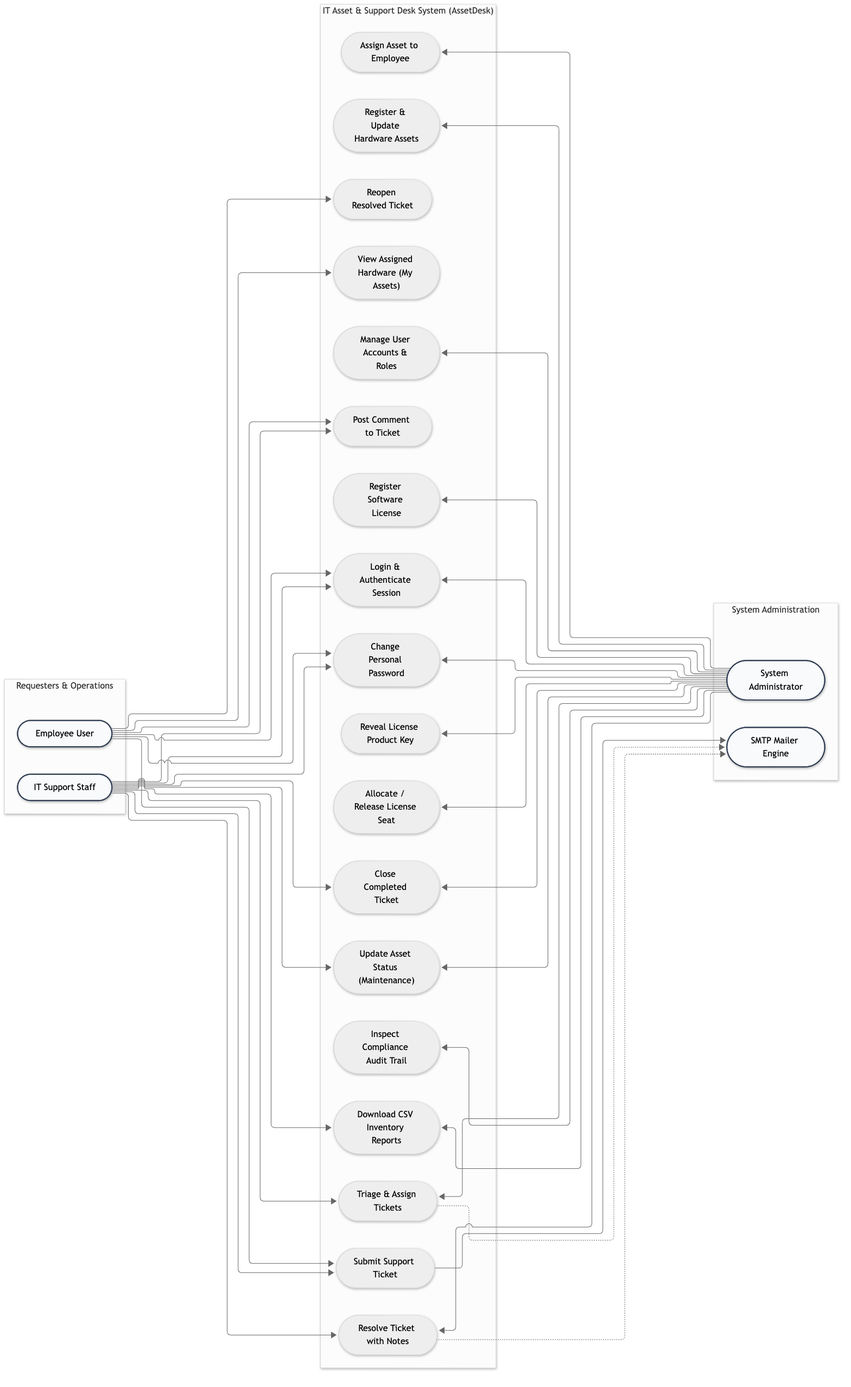
siddharth756/assetdesk-internship-project keeps this Mermaid diagram as docs/assets/diagrams/d06-usecase.png. Above is the earlier version. Its source is kept beside it as docs/assets/diagrams/d06-usecase.mmd. Source of this version:
```mermaid
flowchart LR
    subgraph LeftActors ["Requesters & Operations"]
        Emp(["Employee User"]):::actor
        Support(["IT Support Staff"]):::actor
    end

    subgraph SystemBoundary ["IT Asset & Support Desk System (AssetDesk)"]
        UC01(["Login & Authenticate Session"])
        UC02(["Change Personal Password"])
        UC03(["View Assigned Hardware (My Assets)"])
        UC04(["Submit Support Ticket"])
        UC05(["Post Comment to Ticket"])
        UC06(["Reopen Resolved Ticket"])

        UC07(["Triage & Assign Tickets"])
        UC08(["Resolve Ticket with Notes"])
        UC09(["Close Completed Ticket"])
        UC10(["Update Asset Status (Maintenance)"])
        UC11(["Download CSV Inventory Reports"])

        UC12(["Manage User Accounts & Roles"])
        UC13(["Register & Update Hardware Assets"])
        UC14(["Assign Asset to Employee"])
        UC15(["Register Software License"])
        UC16(["Allocate / Release License Seat"])
        UC17(["Reveal License Product Key"])
        UC18(["Inspect Compliance Audit Trail"])
    end

    subgraph RightActors ["System Administration"]
        Admin(["System Administrator"]):::actor
        SMTP(["SMTP Mailer Engine"]):::actor
    end

    Emp --> UC01
    Emp --> UC02
    Emp --> UC03
    Emp --> UC04
    Emp --> UC05
    Emp --> UC06

    Support --> UC01
    Support --> UC02
    Support --> UC04
    Support --> UC05
    Support --> UC07
    Support --> UC08
    Support --> UC09
    Support --> UC10
    Support --> UC11

    Admin --> UC01
    Admin --> UC02
    Admin --> UC07
    Admin --> UC08
    Admin --> UC09
    Admin --> UC10
    Admin --> UC11
    Admin --> UC12
    Admin --> UC13
    Admin --> UC14
    Admin --> UC15
    Admin --> UC16
    Admin --> UC17
    Admin --> UC18

    UC04 -.-> SMTP
    UC07 -.-> SMTP
    UC08 -.-> SMTP

    classDef actor fill:#f8fafc,stroke:#334155,stroke-width:2px;
```
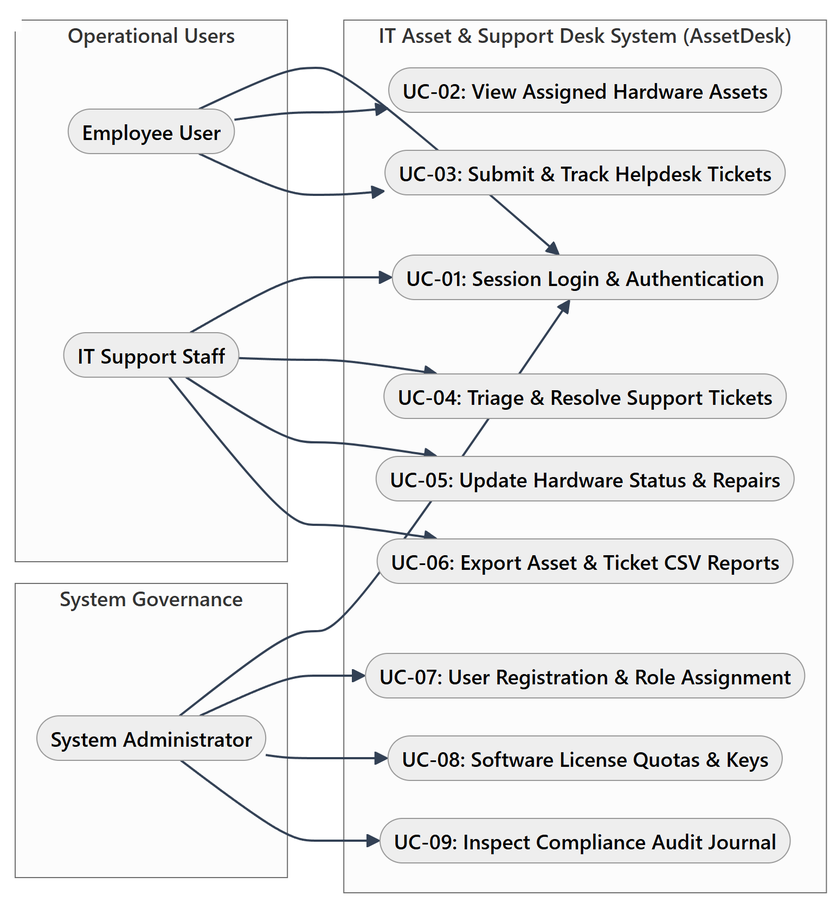
The same file after the commit.

What changed in the source:
```diff
@@ -1,71 +1,38 @@
 flowchart LR
-    subgraph LeftActors ["Requesters & Operations"]
+    subgraph OperationalUsers ["Operational Users"]
+        direction TB
         Emp(["Employee User"]):::actor
         Support(["IT Support Staff"]):::actor
     end
 
     subgraph SystemBoundary ["IT Asset & Support Desk System (AssetDesk)"]
-        UC01(["Login & Authenticate Session"])
-        UC02(["Change Personal Password"])
-        UC03(["View Assigned Hardware (My Assets)"])
-        UC04(["Submit Support Ticket"])
-        UC05(["Post Comment to Ticket"])
-        UC06(["Reopen Resolved Ticket"])
-
-        UC07(["Triage & Assign Tickets"])
-        UC08(["Resolve Ticket with Notes"])
-        UC09(["Close Completed Ticket"])
-        UC10(["Update Asset Status (Maintenance)"])
-        UC11(["Download CSV Inventory Reports"])
-
-        UC12(["Manage User Accounts & Roles"])
-        UC13(["Register & Update Hardware Assets"])
-        UC14(["Assign Asset to Employee"])
-        UC15(["Register Software License"])
-        UC16(["Allocate / Release License Seat"])
-        UC17(["Reveal License Product Key"])
-        UC18(["Inspect Compliance Audit Trail"])
+        direction TB
+        UC1(["UC-01: Session Login & Authentication"])
+        UC2(["UC-02: View Assigned Hardware Assets"])
+        UC3(["UC-03: Submit & Track Helpdesk Tickets"])
+        UC4(["UC-04: Triage & Resolve Support Tickets"])
+        UC5(["UC-05: Update Hardware Status & Repairs"])
+        UC6(["UC-06: Export Asset & Ticket CSV Reports"])
+        UC7(["UC-07: User Registration & Role Assignment"])
+        UC8(["UC-08: Software License Quotas & Keys"])
+        UC9(["UC-09: Inspect Compliance Audit Journal"])
     end
 
-    subgraph RightActors ["System Administration"]
+    subgraph GovernanceUsers ["System Governance"]
+        direction TB
         Admin(["System Administrator"]):::actor
-        SMTP(["SMTP Mailer Engine"]):::actor
     end
 
-    Emp --> UC01
-    Emp --> UC02
-    Emp --> UC03
-    Emp --> UC04
-    Emp --> UC05
-    Emp --> UC06
+    Emp --> UC1
+    Emp --> UC2
+    Emp --> UC3
 
-    Support --> UC01
-    Support --> UC02
-    Support --> UC04
-    Support --> UC05
-    Support --> UC07
-    Support --> UC08
-    Support --> UC09
-    Support --> UC10
-    Support --> UC11
+    Support --> UC1
+    Support --> UC4
+    Support --> UC5
+    Support --> UC6
 
-    Admin --> UC01
-    Admin --> UC02
-    Admin --> UC07
-    Admin --> UC08
-    Admin --> UC09
-    Admin --> UC10
-    Admin --> UC11
-    Admin --> UC12
-    Admin --> UC13
-    Admin --> UC14
-    Admin --> UC15
-    Admin --> UC16
-    Admin --> UC17
-    Admin --> UC18
-
-    UC04 -.-> SMTP
-    UC07 -.-> SMTP
-    UC08 -.-> SMTP
-
-    classDef actor fill:#f8fafc,stroke:#334155,stroke-width:2px;
+    Admin --> UC1
+    Admin --> UC7
+    Admin --> UC8
+    Admin --> UC9
```
